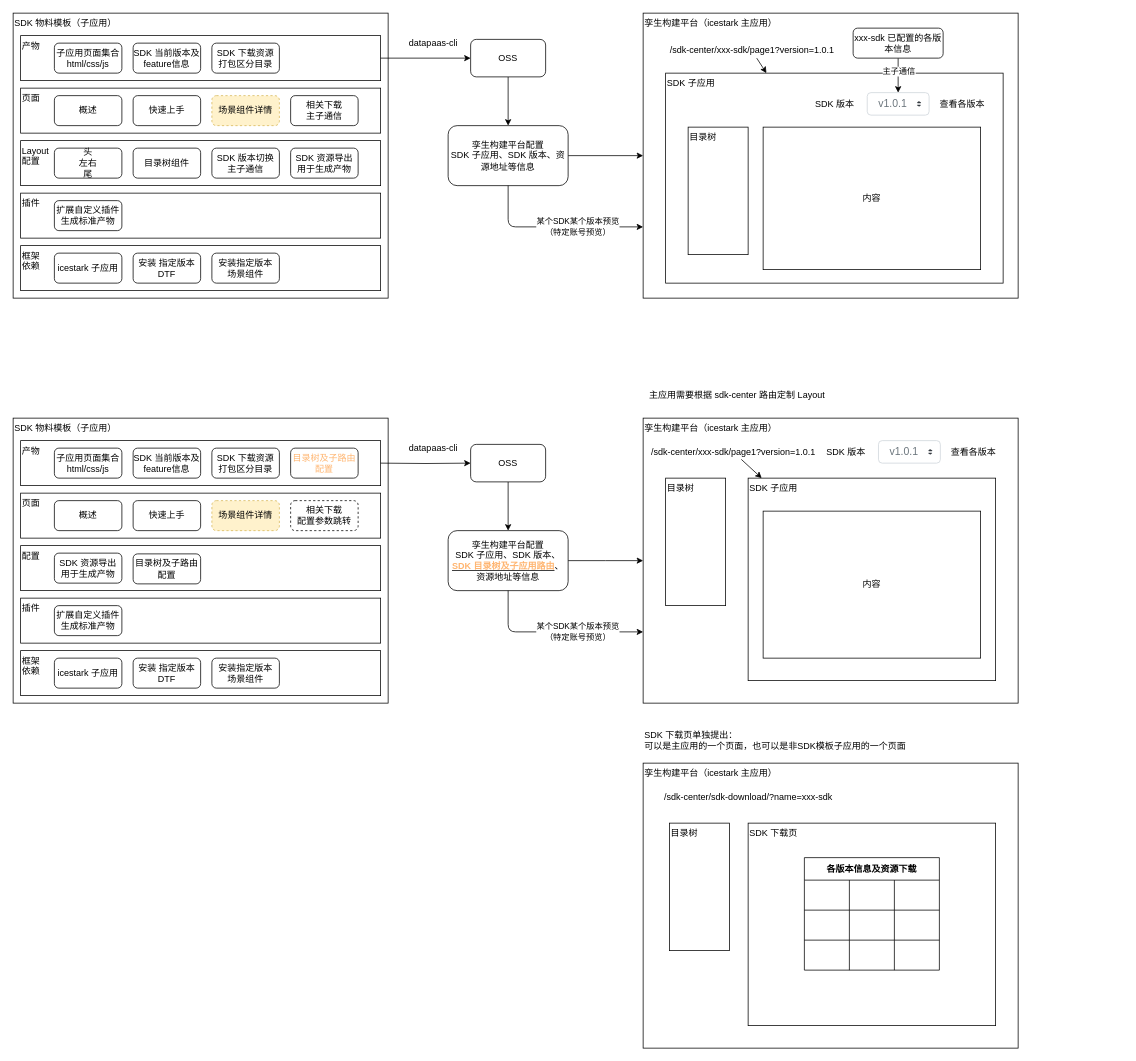
Before: page "孪生服务中心-SDK设计" (4 of 4) of 场景库.drawio in xiazhiqiang/diagrams, a draw.io diagram. Source tidied: cells renumbered, new cells numbered last; positions are measured from the earlier drawing's top-left corner, leaving out a move shared by most shapes. Both pictures are drawn from the tidied source at 75%, with x=0, y=0 at pixel (13, 13).
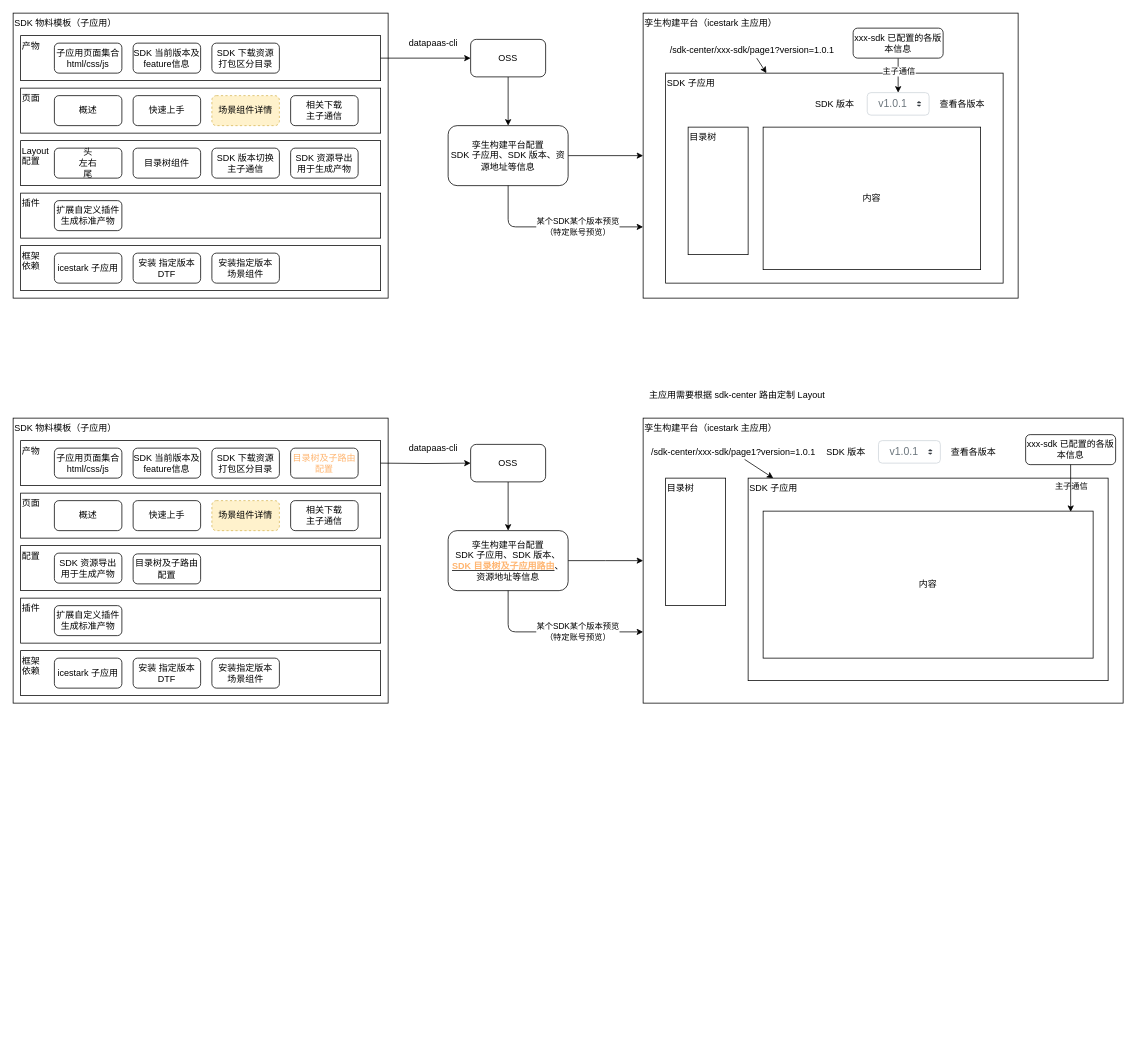
The same diagram, later.

Commit message:
更新场景库.drawio

What changed in the source:
```diff
@@
-    <mxCell id="59" value="相关下载&lt;br&gt;配置参数跳转" style="rounded=1;whiteSpace=wrap;html=1;dashed=1;" parent="1" vertex="1">
+    <mxCell id="59" value="相关下载&lt;br&gt;主子通信" style="rounded=1;whiteSpace=wrap;html=1;" parent="1" vertex="1">
       <mxGeometry x="370" y="650" width="90" height="40" as="geometry" />
     </mxCell>
@@
     <mxCell id="63" value="孪生构建平台（icestark 主应用）" style="rounded=0;whiteSpace=wrap;html=1;align=left;verticalAlign=top;" parent="1" vertex="1">
-      <mxGeometry x="840" y="540" width="500" height="380" as="geometry" />
+      <mxGeometry x="840" y="540" width="640" height="380" as="geometry" />
     </mxCell>
     <mxCell id="64" value="SDK 子应用" style="rounded=0;whiteSpace=wrap;html=1;align=left;verticalAlign=top;" parent="1" vertex="1">
-      <mxGeometry x="980" y="620" width="330" height="270" as="geometry" />
+      <mxGeometry x="980" y="620" width="480" height="270" as="geometry" />
     </mxCell>
@@
     <mxCell id="66" value="内容" style="rounded=0;whiteSpace=wrap;html=1;align=center;verticalAlign=middle;" parent="1" vertex="1">
-      <mxGeometry x="1000" y="664" width="290" height="196" as="geometry" />
+      <mxGeometry x="1000" y="664" width="440" height="196" as="geometry" />
     </mxCell>
@@
-    <mxCell id="83" value="孪生构建平台（icestark 主应用）" style="rounded=0;whiteSpace=wrap;html=1;align=left;verticalAlign=top;" parent="1" vertex="1">
-      <mxGeometry x="840" y="1000" width="500" height="380" as="geometry" />
-    </mxCell>
-    <mxCell id="84" value="目录树" style="rounded=0;whiteSpace=wrap;html=1;align=left;verticalAlign=top;" parent="1" vertex="1">
-      <mxGeometry x="875" y="1080" width="80" height="170" as="geometry" />
-    </mxCell>
-    <mxCell id="85" value="/sdk-center/sdk-download/?name=xxx-sdk" style="text;html=1;align=center;verticalAlign=middle;strokeColor=none;" parent="1" vertex="1">
-      <mxGeometry x="860" y="1035" width="240" height="20" as="geometry" />
-    </mxCell>
-    <mxCell id="86" value="SDK 下载页" style="rounded=0;whiteSpace=wrap;html=1;align=left;verticalAlign=top;" parent="1" vertex="1">
-      <mxGeometry x="980" y="1080" width="330" height="270" as="geometry" />
-    </mxCell>
-    <mxCell id="87" value="各版本信息及资源下载" style="shape=table;html=1;whiteSpace=wrap;startSize=30;childLayout=tableLayout;fontStyle=1;align=center;" parent="1" vertex="1">
-      <mxGeometry x="1055" y="1126" width="180" height="150" as="geometry" />
-    </mxCell>
-    <mxCell id="88" style="shape=partialRectangle;html=1;whiteSpace=wrap;fillColor=none;top=0;left=0;bottom=0;right=0;" parent="87" vertex="1">
-      <mxGeometry y="30" width="180" height="40" as="geometry" />
-    </mxCell>
-    <mxCell id="89" style="shape=partialRectangle;html=1;whiteSpace=wrap;fillColor=none;top=0;left=0;bottom=0;right=0;overflow=hidden;" parent="88" vertex="1">
-      <mxGeometry width="60" height="40" as="geometry" />
-    </mxCell>
-    <mxCell id="90" style="shape=partialRectangle;html=1;whiteSpace=wrap;fillColor=none;top=0;left=0;bottom=0;right=0;overflow=hidden;" parent="88" vertex="1">
-      <mxGeometry x="60" width="60" height="40" as="geometry" />
-    </mxCell>
-    <mxCell id="91" style="shape=partialRectangle;html=1;whiteSpace=wrap;fillColor=none;top=0;left=0;bottom=0;right=0;overflow=hidden;" parent="88" vertex="1">
-      <mxGeometry x="120" width="60" height="40" as="geometry" />
-    </mxCell>
-    <mxCell id="92" style="shape=partialRectangle;html=1;whiteSpace=wrap;fillColor=none;top=0;left=0;bottom=0;right=0;" parent="87" vertex="1">
-      <mxGeometry y="70" width="180" height="40" as="geometry" />
-    </mxCell>
-    <mxCell id="93" style="shape=partialRectangle;html=1;whiteSpace=wrap;fillColor=none;top=0;left=0;bottom=0;right=0;overflow=hidden;" parent="92" vertex="1">
-      <mxGeometry width="60" height="40" as="geometry" />
-    </mxCell>
-    <mxCell id="94" style="shape=partialRectangle;html=1;whiteSpace=wrap;fillColor=none;top=0;left=0;bottom=0;right=0;overflow=hidden;" parent="92" vertex="1">
-      <mxGeometry x="60" width="60" height="40" as="geometry" />
-    </mxCell>
-    <mxCell id="95" style="shape=partialRectangle;html=1;whiteSpace=wrap;fillColor=none;top=0;left=0;bottom=0;right=0;overflow=hidden;" parent="92" vertex="1">
-      <mxGeometry x="120" width="60" height="40" as="geometry" />
-    </mxCell>
-    <mxCell id="96" style="shape=partialRectangle;html=1;whiteSpace=wrap;fillColor=none;top=0;left=0;bottom=0;right=0;" parent="87" vertex="1">
-      <mxGeometry y="110" width="180" height="40" as="geometry" />
-    </mxCell>
-    <mxCell id="97" style="shape=partialRectangle;html=1;whiteSpace=wrap;fillColor=none;top=0;left=0;bottom=0;right=0;overflow=hidden;" parent="96" vertex="1">
-      <mxGeometry width="60" height="40" as="geometry" />
-    </mxCell>
-    <mxCell id="98" style="shape=partialRectangle;html=1;whiteSpace=wrap;fillColor=none;top=0;left=0;bottom=0;right=0;overflow=hidden;" parent="96" vertex="1">
-      <mxGeometry x="60" width="60" height="40" as="geometry" />
-    </mxCell>
-    <mxCell id="99" style="shape=partialRectangle;html=1;whiteSpace=wrap;fillColor=none;top=0;left=0;bottom=0;right=0;overflow=hidden;" parent="96" vertex="1">
-      <mxGeometry x="120" width="60" height="40" as="geometry" />
-    </mxCell>
-    <mxCell id="100" value="SDK 下载页单独提出：&lt;br&gt;可以是主应用的一个页面，也可以是非SDK模板子应用的一个页面" style="text;html=1;align=left;verticalAlign=middle;strokeColor=none;" parent="1" vertex="1">
-      <mxGeometry x="840" y="955" width="360" height="30" as="geometry" />
-    </mxCell>
@@
+    <mxCell id="103" value="主子通信" style="edgeLabel;html=1;align=center;verticalAlign=middle;" parent="1" vertex="1">
+      <mxGeometry x="1410" y="630" as="geometry" />
+    </mxCell>
+    <mxCell id="104" value="xxx-sdk 已配置的各版本信息" style="rounded=1;whiteSpace=wrap;html=1;align=center;verticalAlign=middle;" parent="1" vertex="1">
+      <mxGeometry x="1350" y="562" width="120" height="40" as="geometry" />
+    </mxCell>
+    <mxCell id="105" style="endArrow=classic;html=1;exitX=0.5;exitY=1;exitDx=0;exitDy=0;entryX=0.932;entryY=0.005;entryDx=0;entryDy=0;entryPerimeter=0;" parent="1" edge="1" source="104" target="66">
+      <mxGeometry relative="1" as="geometry" />
+    </mxCell>
```
